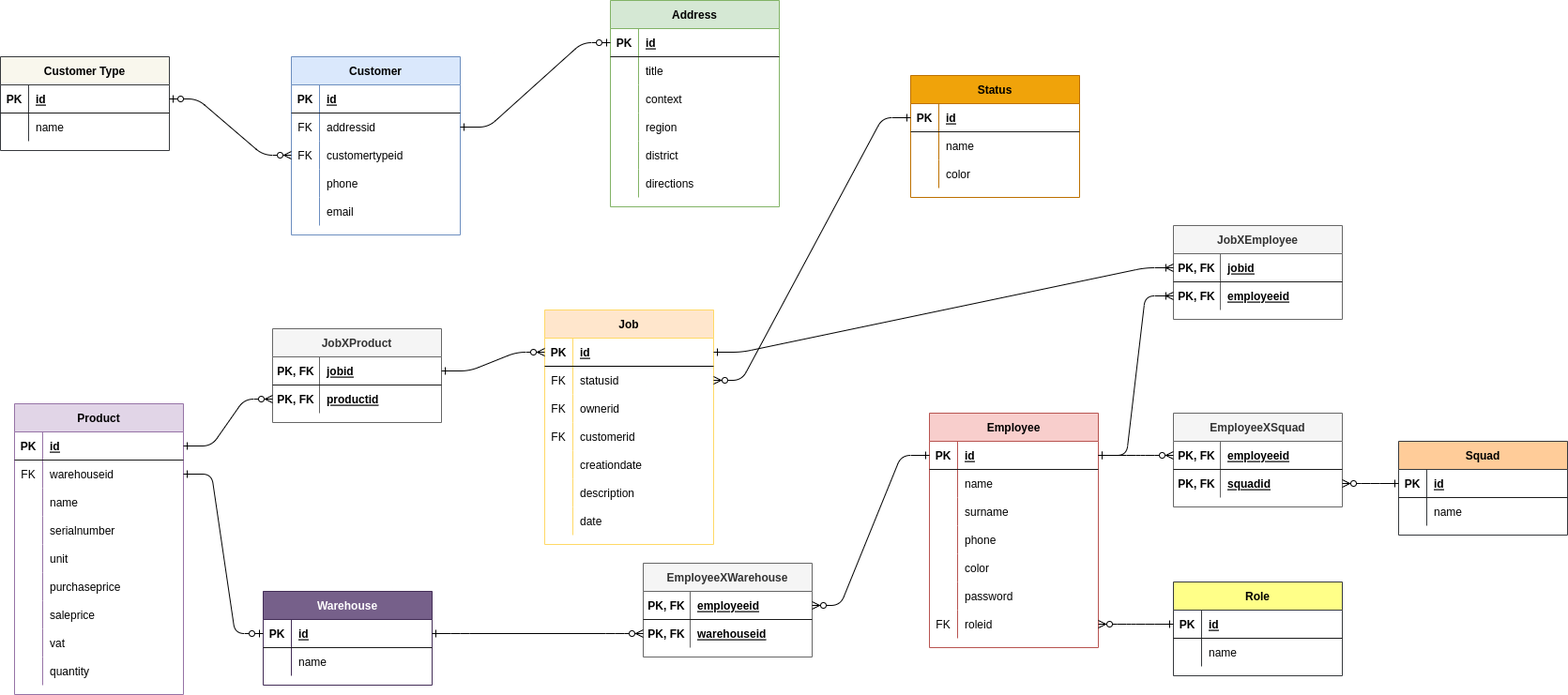
This is docs/diagram.png from csgn/interprog, a draw.io export, as it was before one commit. Source tidied: cells renumbered, new cells last; positions are measured from the earlier drawing's top-left corner, leaving out a move shared by most shapes.
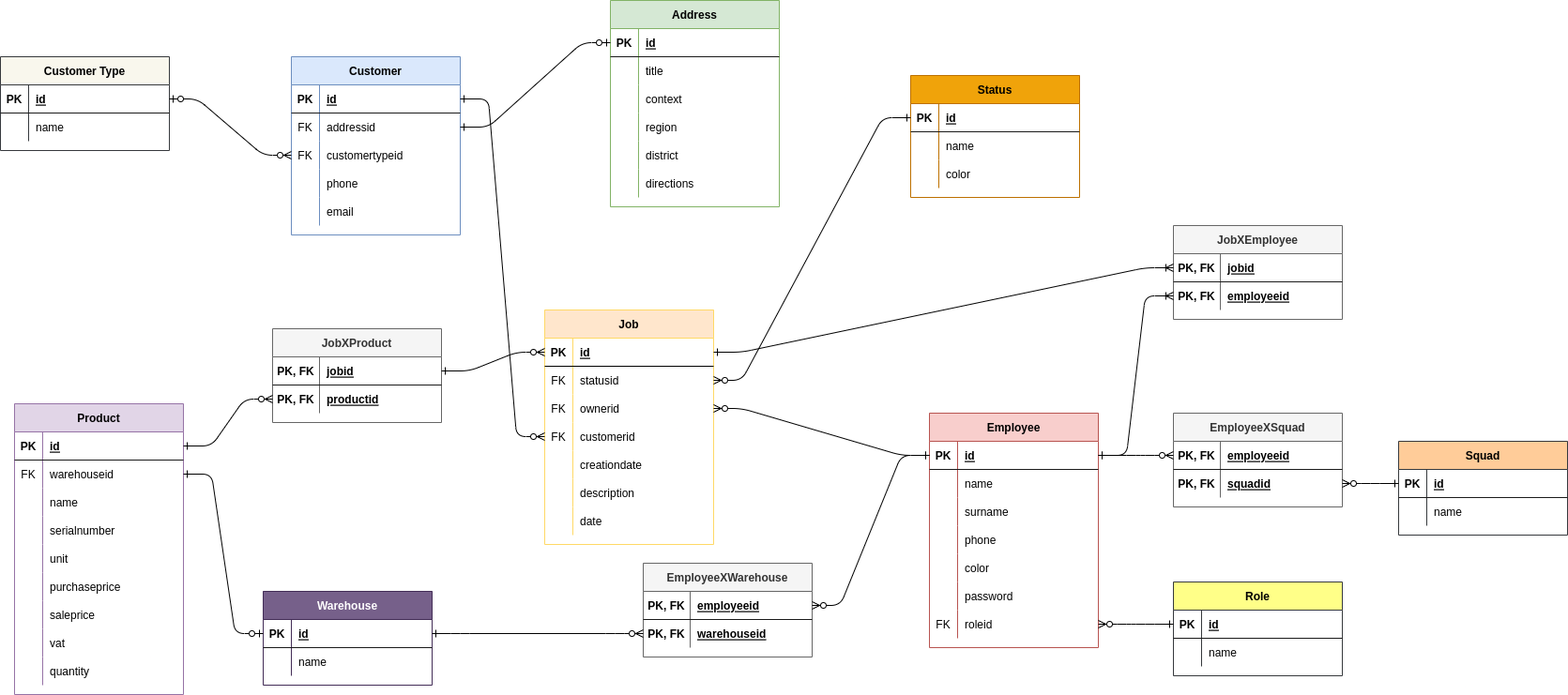
The same file after the commit.

What changed in the source:
```diff
@@ -560,5 +560,11 @@
     <mxCell id="187" style="edgeStyle=entityRelationEdgeStyle;fontSize=12;html=1;endArrow=ERzeroToMany;startArrow=ERone;rounded=1;exitX=0;exitY=0.5;exitDx=0;exitDy=0;entryX=1;entryY=0.5;entryDx=0;entryDy=0;startFill=0;" parent="1" edge="1" source="110" target="43">
       <mxGeometry relative="1" as="geometry" />
     </mxCell>
+    <mxCell id="188" style="edgeStyle=entityRelationEdgeStyle;fontSize=12;html=1;endArrow=ERzeroToMany;startArrow=ERone;rounded=1;startFill=0;entryX=0;entryY=0.5;entryDx=0;entryDy=0;exitX=1;exitY=0.5;exitDx=0;exitDy=0;" parent="1" edge="1" source="47" target="12">
+      <mxGeometry relative="1" as="geometry" />
+    </mxCell>
+    <mxCell id="189" style="edgeStyle=entityRelationEdgeStyle;fontSize=12;html=1;endArrow=ERzeroToMany;startArrow=ERone;rounded=1;exitX=0;exitY=0.5;exitDx=0;exitDy=0;startFill=0;entryX=1;entryY=0.5;entryDx=0;entryDy=0;" parent="1" edge="1" source="25" target="9">
+      <mxGeometry relative="1" as="geometry" />
+    </mxCell>
   </root>
 </mxGraphModel>
```
